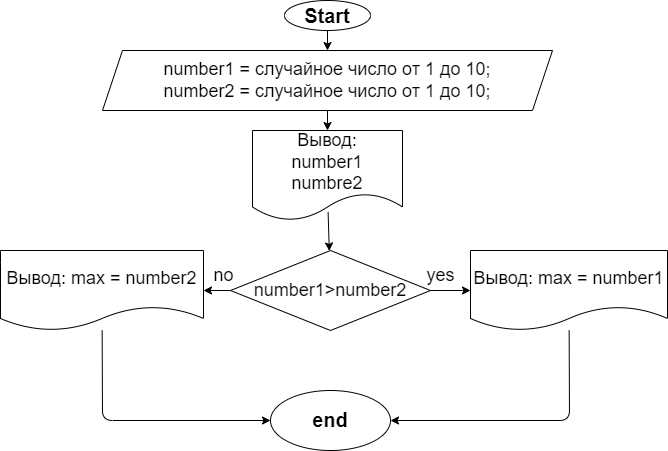
This is Example009_Task2/algorithm.drawio.png from TayaInakova/C_Sharp, a draw.io export, as it was before one commit. Source tidied: cells renumbered, new cells last; positions are measured from the earlier drawing's top-left corner, leaving out a move shared by most shapes. Its diagram source:
```xml
<mxGraphModel>
  <root>
    <mxCell id="0" />
    <mxCell id="1" parent="0" />
    <mxCell id="2" style="edgeStyle=none;html=1;fontSize=20;" parent="1" edge="1" source="3" target="6">
      <mxGeometry relative="1" as="geometry" />
    </mxCell>
    <mxCell id="3" value="&lt;font style=&quot;font-size: 20px&quot;&gt;&lt;b&gt;Start&lt;/b&gt;&lt;/font&gt;" style="ellipse;whiteSpace=wrap;html=1;" parent="1" vertex="1">
      <mxGeometry x="284" width="86" height="30" as="geometry" />
    </mxCell>
    <mxCell id="4" style="edgeStyle=none;html=1;fontSize=18;exitX=0.504;exitY=0.904;exitDx=0;exitDy=0;exitPerimeter=0;" parent="1" edge="1" source="16" target="9">
      <mxGeometry relative="1" as="geometry" />
    </mxCell>
    <mxCell id="5" style="edgeStyle=none;html=1;fontSize=18;exitX=0.5;exitY=1;exitDx=0;exitDy=0;entryX=0.5;entryY=0;entryDx=0;entryDy=0;" parent="1" edge="1" source="6" target="16">
      <mxGeometry relative="1" as="geometry" />
    </mxCell>
    <mxCell id="6" value="&lt;font style=&quot;font-size: 18px&quot;&gt;number1 = случайное число от 1 до 10;&lt;br&gt;number2 = случайное число от 1 до 10;&lt;br&gt;&lt;/font&gt;" style="shape=parallelogram;perimeter=parallelogramPerimeter;whiteSpace=wrap;html=1;fixedSize=1;" parent="1" vertex="1">
      <mxGeometry x="102" y="50" width="450" height="60" as="geometry" />
    </mxCell>
    <mxCell id="7" style="edgeStyle=none;html=1;fontSize=18;" parent="1" edge="1" source="9" target="11">
      <mxGeometry relative="1" as="geometry" />
    </mxCell>
    <mxCell id="8" style="edgeStyle=none;html=1;fontSize=18;" parent="1" edge="1" source="9" target="14">
      <mxGeometry relative="1" as="geometry" />
    </mxCell>
    <mxCell id="9" value="number1&amp;gt;number2" style="rhombus;whiteSpace=wrap;html=1;fontSize=18;" parent="1" vertex="1">
      <mxGeometry x="230" y="250" width="200" height="80" as="geometry" />
    </mxCell>
    <mxCell id="10" style="edgeStyle=none;html=1;fontSize=18;entryX=1;entryY=0.5;entryDx=0;entryDy=0;" parent="1" edge="1" source="11" target="17">
      <mxGeometry relative="1" as="geometry">
        <Array as="points">
          <mxPoint x="569" y="420" />
        </Array>
      </mxGeometry>
    </mxCell>
    <mxCell id="11" value="Вывод: max = number1" style="shape=document;whiteSpace=wrap;html=1;boundedLbl=1;fontSize=18;" parent="1" vertex="1">
      <mxGeometry x="470" y="250" width="197" height="80" as="geometry" />
    </mxCell>
    <mxCell id="12" value="yes" style="text;html=1;align=center;verticalAlign=middle;strokeColor=none;fillColor=none;fontSize=18;" parent="1" vertex="1">
      <mxGeometry x="420" y="260" width="40" height="30" as="geometry" />
    </mxCell>
    <mxCell id="13" style="edgeStyle=none;html=1;fontSize=18;entryX=0;entryY=0.5;entryDx=0;entryDy=0;" parent="1" edge="1" source="14" target="17">
      <mxGeometry relative="1" as="geometry">
        <Array as="points">
          <mxPoint x="102" y="420" />
        </Array>
      </mxGeometry>
    </mxCell>
    <mxCell id="14" value="&lt;span&gt;Вывод: max = number2&lt;/span&gt;" style="shape=document;whiteSpace=wrap;html=1;boundedLbl=1;fontSize=18;" parent="1" vertex="1">
      <mxGeometry y="250" width="203" height="80" as="geometry" />
    </mxCell>
    <mxCell id="15" value="no" style="text;html=1;align=center;verticalAlign=middle;strokeColor=none;fillColor=none;fontSize=18;" parent="1" vertex="1">
      <mxGeometry x="203" y="260" width="40" height="30" as="geometry" />
    </mxCell>
    <mxCell id="16" value="&lt;font style=&quot;font-size: 18px&quot;&gt;Вывод:&lt;br&gt;number1&lt;br&gt;numbre2&lt;/font&gt;" style="shape=document;whiteSpace=wrap;html=1;boundedLbl=1;" parent="1" vertex="1">
      <mxGeometry x="252" y="130" width="150" height="90" as="geometry" />
    </mxCell>
    <mxCell id="17" value="&lt;font style=&quot;font-size: 20px&quot;&gt;&lt;b&gt;end&lt;/b&gt;&lt;/font&gt;" style="ellipse;whiteSpace=wrap;html=1;fontSize=18;" parent="1" vertex="1">
      <mxGeometry x="270" y="390" width="120" height="60" as="geometry" />
    </mxCell>
  </root>
</mxGraphModel>
```
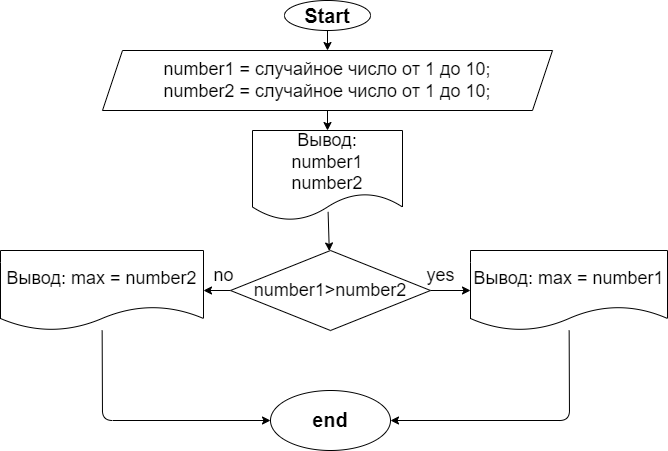
Later version of the same file.

Diff of the diagram source:
```diff
@@ -52,7 +52,7 @@
     <mxCell id="15" value="no" style="text;html=1;align=center;verticalAlign=middle;strokeColor=none;fillColor=none;fontSize=18;" parent="1" vertex="1">
       <mxGeometry x="203" y="260" width="40" height="30" as="geometry" />
     </mxCell>
-    <mxCell id="16" value="&lt;font style=&quot;font-size: 18px&quot;&gt;Вывод:&lt;br&gt;number1&lt;br&gt;numbre2&lt;/font&gt;" style="shape=document;whiteSpace=wrap;html=1;boundedLbl=1;" parent="1" vertex="1">
+    <mxCell id="16" value="&lt;font style=&quot;font-size: 18px&quot;&gt;Вывод:&lt;br&gt;number1&lt;br&gt;number2&lt;/font&gt;" style="shape=document;whiteSpace=wrap;html=1;boundedLbl=1;" parent="1" vertex="1">
       <mxGeometry x="252" y="130" width="150" height="90" as="geometry" />
     </mxCell>
     <mxCell id="17" value="&lt;font style=&quot;font-size: 20px&quot;&gt;&lt;b&gt;end&lt;/b&gt;&lt;/font&gt;" style="ellipse;whiteSpace=wrap;html=1;fontSize=18;" parent="1" vertex="1">
```
